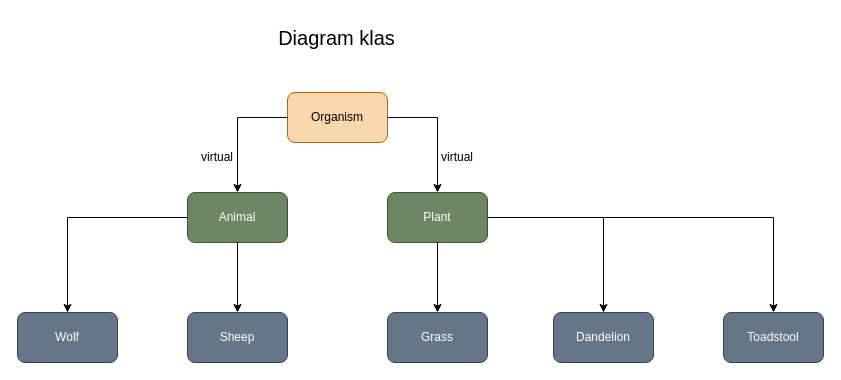
Before: diagram_klas.drawio in Roncik/CPP_World, a draw.io diagram. Source tidied: cells renumbered, new cells numbered last; positions are measured from the earlier drawing's top-left corner, leaving out a move shared by most shapes. Both pictures are drawn from the tidied source at 100%, with x=0, y=0 at pixel (17, 17).
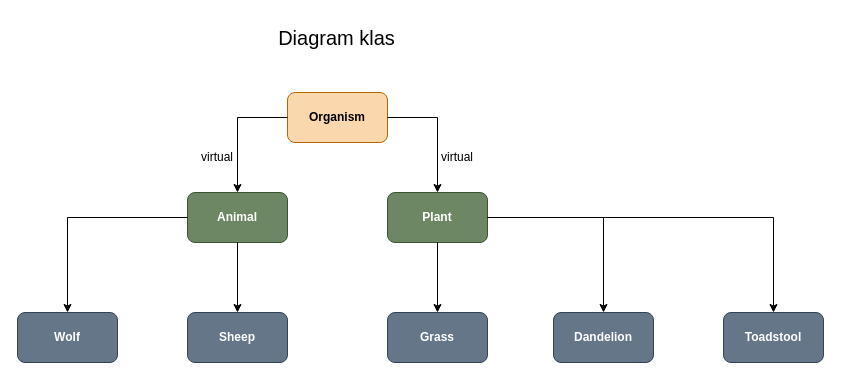
After the change.

Diff of the diagram source:
```diff
@@
-    <mxCell id="3" value="Organism" style="rounded=1;whiteSpace=wrap;html=1;fillColor=#fad7ac;strokeColor=#b46504;" parent="1" vertex="1">
+    <mxCell id="3" value="&lt;b&gt;Organism&lt;/b&gt;" style="rounded=1;whiteSpace=wrap;html=1;fillColor=#fad7ac;strokeColor=#b46504;" parent="1" vertex="1">
       <mxGeometry x="270" y="75" width="100" height="50" as="geometry" />
     </mxCell>
-    <mxCell id="4" value="Animal" style="rounded=1;whiteSpace=wrap;html=1;fillColor=#6d8764;fontColor=#ffffff;strokeColor=#3A5431;" parent="1" vertex="1">
+    <mxCell id="4" value="&lt;b&gt;Animal&lt;/b&gt;" style="rounded=1;whiteSpace=wrap;html=1;fillColor=#6d8764;fontColor=#ffffff;strokeColor=#3A5431;" parent="1" vertex="1">
       <mxGeometry x="170" y="175" width="100" height="50" as="geometry" />
     </mxCell>
-    <mxCell id="5" value="Plant" style="rounded=1;whiteSpace=wrap;html=1;fillColor=#6d8764;fontColor=#ffffff;strokeColor=#3A5431;" parent="1" vertex="1">
+    <mxCell id="5" value="&lt;b&gt;Plant&lt;/b&gt;" style="rounded=1;whiteSpace=wrap;html=1;fillColor=#6d8764;fontColor=#ffffff;strokeColor=#3A5431;" parent="1" vertex="1">
       <mxGeometry x="370" y="175" width="100" height="50" as="geometry" />
     </mxCell>
@@
-    <mxCell id="8" value="Grass" style="rounded=1;whiteSpace=wrap;html=1;fillColor=#647687;fontColor=#ffffff;strokeColor=#314354;" parent="1" vertex="1">
+    <mxCell id="8" value="&lt;b&gt;Grass&lt;/b&gt;" style="rounded=1;whiteSpace=wrap;html=1;fillColor=#647687;fontColor=#ffffff;strokeColor=#314354;" parent="1" vertex="1">
       <mxGeometry x="370" y="295" width="100" height="50" as="geometry" />
     </mxCell>
-    <mxCell id="9" value="Dandelion" style="rounded=1;whiteSpace=wrap;html=1;fillColor=#647687;fontColor=#ffffff;strokeColor=#314354;" parent="1" vertex="1">
+    <mxCell id="9" value="&lt;b&gt;Dandelion&lt;/b&gt;" style="rounded=1;whiteSpace=wrap;html=1;fillColor=#647687;fontColor=#ffffff;strokeColor=#314354;" parent="1" vertex="1">
       <mxGeometry x="536" y="295" width="100" height="50" as="geometry" />
     </mxCell>
-    <mxCell id="10" value="Toadstool" style="rounded=1;whiteSpace=wrap;html=1;fillColor=#647687;fontColor=#ffffff;strokeColor=#314354;" parent="1" vertex="1">
+    <mxCell id="10" value="&lt;b&gt;Toadstool&lt;/b&gt;" style="rounded=1;whiteSpace=wrap;html=1;fillColor=#647687;fontColor=#ffffff;strokeColor=#314354;" parent="1" vertex="1">
       <mxGeometry x="706" y="295" width="100" height="50" as="geometry" />
     </mxCell>
@@
-    <mxCell id="14" value="Sheep" style="rounded=1;whiteSpace=wrap;html=1;fillColor=#647687;fontColor=#ffffff;strokeColor=#314354;" parent="1" vertex="1">
+    <mxCell id="14" value="&lt;b&gt;Sheep&lt;/b&gt;" style="rounded=1;whiteSpace=wrap;html=1;fillColor=#647687;fontColor=#ffffff;strokeColor=#314354;" parent="1" vertex="1">
       <mxGeometry x="170" y="295" width="100" height="50" as="geometry" />
     </mxCell>
-    <mxCell id="15" value="Wolf" style="rounded=1;whiteSpace=wrap;html=1;fillColor=#647687;fontColor=#ffffff;strokeColor=#314354;" parent="1" vertex="1">
+    <mxCell id="15" value="&lt;b&gt;Wolf&lt;/b&gt;" style="rounded=1;whiteSpace=wrap;html=1;fillColor=#647687;fontColor=#ffffff;strokeColor=#314354;" parent="1" vertex="1">
       <mxGeometry y="295" width="100" height="50" as="geometry" />
     </mxCell>
```
